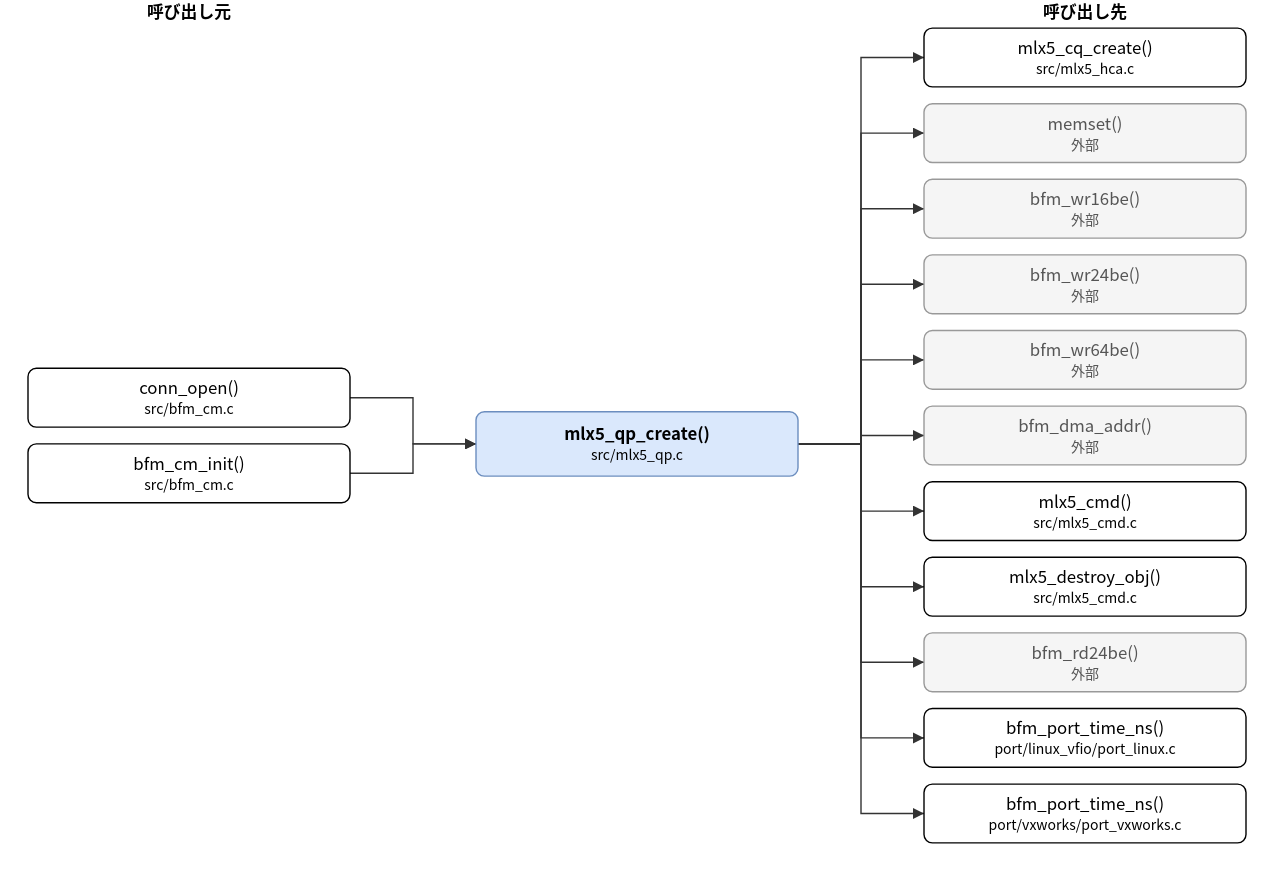
hf355051012-ai/bfmem keeps this draw.io diagram as doc/spec/images/call_src_mlx5_qp-mlx5_qp_create.drawio.svg. Above is the earlier version. Source tidied: cells renumbered, new cells last; positions are measured from the earlier drawing's top-left corner, leaving out a move shared by most shapes. Source of this version:
```xml
<mxGraphModel>
  <root>
    <mxCell id="0" />
    <mxCell id="1" parent="0" />
    <mxCell id="2" value="mlx5_qp_create()&lt;br&gt;&lt;font style=&quot;font-size:10px&quot;&gt;src/mlx5_qp.c&lt;/font&gt;" style="rounded=1;whiteSpace=wrap;html=1;fillColor=#dae8fc;strokeColor=#6c8ebf;fontStyle=1;" parent="1" vertex="1">
      <mxGeometry x="320" y="294" width="230" height="46" as="geometry" />
    </mxCell>
    <mxCell id="3" value="conn_open()&lt;br&gt;&lt;font style=&quot;font-size:10px&quot;&gt;src/bfm_cm.c&lt;/font&gt;" style="rounded=1;whiteSpace=wrap;html=1;" parent="1" vertex="1">
      <mxGeometry y="263" width="230" height="42" as="geometry" />
    </mxCell>
    <mxCell id="4" value="bfm_cm_init()&lt;br&gt;&lt;font style=&quot;font-size:10px&quot;&gt;src/bfm_cm.c&lt;/font&gt;" style="rounded=1;whiteSpace=wrap;html=1;" parent="1" vertex="1">
      <mxGeometry y="317" width="230" height="42" as="geometry" />
    </mxCell>
    <mxCell id="5" value="mlx5_cq_create()&lt;br&gt;&lt;font style=&quot;font-size:10px&quot;&gt;src/mlx5_hca.c&lt;/font&gt;" style="rounded=1;whiteSpace=wrap;html=1;" parent="1" vertex="1">
      <mxGeometry x="640" y="20" width="230" height="42" as="geometry" />
    </mxCell>
    <mxCell id="6" value="memset()&lt;br&gt;&lt;font style=&quot;font-size:10px&quot;&gt;外部&lt;/font&gt;" style="rounded=1;whiteSpace=wrap;html=1;fillColor=#f5f5f5;strokeColor=#999999;fontColor=#555555;" parent="1" vertex="1">
      <mxGeometry x="640" y="74" width="230" height="42" as="geometry" />
    </mxCell>
    <mxCell id="7" value="bfm_wr16be()&lt;br&gt;&lt;font style=&quot;font-size:10px&quot;&gt;外部&lt;/font&gt;" style="rounded=1;whiteSpace=wrap;html=1;fillColor=#f5f5f5;strokeColor=#999999;fontColor=#555555;" parent="1" vertex="1">
      <mxGeometry x="640" y="128" width="230" height="42" as="geometry" />
    </mxCell>
    <mxCell id="8" value="bfm_wr24be()&lt;br&gt;&lt;font style=&quot;font-size:10px&quot;&gt;外部&lt;/font&gt;" style="rounded=1;whiteSpace=wrap;html=1;fillColor=#f5f5f5;strokeColor=#999999;fontColor=#555555;" parent="1" vertex="1">
      <mxGeometry x="640" y="182" width="230" height="42" as="geometry" />
    </mxCell>
    <mxCell id="9" value="bfm_wr64be()&lt;br&gt;&lt;font style=&quot;font-size:10px&quot;&gt;外部&lt;/font&gt;" style="rounded=1;whiteSpace=wrap;html=1;fillColor=#f5f5f5;strokeColor=#999999;fontColor=#555555;" parent="1" vertex="1">
      <mxGeometry x="640" y="236" width="230" height="42" as="geometry" />
    </mxCell>
    <mxCell id="10" value="bfm_dma_addr()&lt;br&gt;&lt;font style=&quot;font-size:10px&quot;&gt;外部&lt;/font&gt;" style="rounded=1;whiteSpace=wrap;html=1;fillColor=#f5f5f5;strokeColor=#999999;fontColor=#555555;" parent="1" vertex="1">
      <mxGeometry x="640" y="290" width="230" height="42" as="geometry" />
    </mxCell>
    <mxCell id="11" value="mlx5_cmd()&lt;br&gt;&lt;font style=&quot;font-size:10px&quot;&gt;src/mlx5_cmd.c&lt;/font&gt;" style="rounded=1;whiteSpace=wrap;html=1;" parent="1" vertex="1">
      <mxGeometry x="640" y="344" width="230" height="42" as="geometry" />
    </mxCell>
    <mxCell id="12" value="mlx5_destroy_obj()&lt;br&gt;&lt;font style=&quot;font-size:10px&quot;&gt;src/mlx5_cmd.c&lt;/font&gt;" style="rounded=1;whiteSpace=wrap;html=1;" parent="1" vertex="1">
      <mxGeometry x="640" y="398" width="230" height="42" as="geometry" />
    </mxCell>
    <mxCell id="13" value="bfm_rd24be()&lt;br&gt;&lt;font style=&quot;font-size:10px&quot;&gt;外部&lt;/font&gt;" style="rounded=1;whiteSpace=wrap;html=1;fillColor=#f5f5f5;strokeColor=#999999;fontColor=#555555;" parent="1" vertex="1">
      <mxGeometry x="640" y="452" width="230" height="42" as="geometry" />
    </mxCell>
    <mxCell id="14" value="bfm_port_time_ns()&lt;br&gt;&lt;font style=&quot;font-size:10px&quot;&gt;port/linux_vfio/port_linux.c&lt;/font&gt;" style="rounded=1;whiteSpace=wrap;html=1;" parent="1" vertex="1">
      <mxGeometry x="640" y="506" width="230" height="42" as="geometry" />
    </mxCell>
    <mxCell id="15" value="bfm_port_time_ns()&lt;br&gt;&lt;font style=&quot;font-size:10px&quot;&gt;port/vxworks/port_vxworks.c&lt;/font&gt;" style="rounded=1;whiteSpace=wrap;html=1;" parent="1" vertex="1">
      <mxGeometry x="640" y="560" width="230" height="42" as="geometry" />
    </mxCell>
    <mxCell id="16" style="edgeStyle=none;html=1;rounded=0;endArrow=block;endFill=1;exitX=1.0000;exitY=0.5000;exitDx=0;exitDy=0;exitPerimeter=0;entryX=0.0000;entryY=0.5000;entryDx=0;entryDy=0;entryPerimeter=0;" parent="1" edge="1" source="3" target="2">
      <mxGeometry relative="1" as="geometry">
        <Array as="points">
          <mxPoint x="275" y="284" />
          <mxPoint x="275" y="317" />
        </Array>
      </mxGeometry>
    </mxCell>
    <mxCell id="17" style="edgeStyle=none;html=1;rounded=0;endArrow=block;endFill=1;exitX=1.0000;exitY=0.5000;exitDx=0;exitDy=0;exitPerimeter=0;entryX=0.0000;entryY=0.5000;entryDx=0;entryDy=0;entryPerimeter=0;" parent="1" edge="1" source="4" target="2">
      <mxGeometry relative="1" as="geometry">
        <Array as="points">
          <mxPoint x="275" y="338" />
          <mxPoint x="275" y="317" />
        </Array>
      </mxGeometry>
    </mxCell>
    <mxCell id="18" style="edgeStyle=none;html=1;rounded=0;endArrow=block;endFill=1;exitX=1.0000;exitY=0.5000;exitDx=0;exitDy=0;exitPerimeter=0;entryX=0.0000;entryY=0.5000;entryDx=0;entryDy=0;entryPerimeter=0;" parent="1" edge="1" source="2" target="5">
      <mxGeometry relative="1" as="geometry">
        <Array as="points">
          <mxPoint x="595" y="317" />
          <mxPoint x="595" y="41" />
        </Array>
      </mxGeometry>
    </mxCell>
    <mxCell id="19" style="edgeStyle=none;html=1;rounded=0;endArrow=block;endFill=1;exitX=1.0000;exitY=0.5000;exitDx=0;exitDy=0;exitPerimeter=0;entryX=0.0000;entryY=0.5000;entryDx=0;entryDy=0;entryPerimeter=0;" parent="1" edge="1" source="2" target="6">
      <mxGeometry relative="1" as="geometry">
        <Array as="points">
          <mxPoint x="595" y="317" />
          <mxPoint x="595" y="95" />
        </Array>
      </mxGeometry>
    </mxCell>
    <mxCell id="20" style="edgeStyle=none;html=1;rounded=0;endArrow=block;endFill=1;exitX=1.0000;exitY=0.5000;exitDx=0;exitDy=0;exitPerimeter=0;entryX=0.0000;entryY=0.5000;entryDx=0;entryDy=0;entryPerimeter=0;" parent="1" edge="1" source="2" target="7">
      <mxGeometry relative="1" as="geometry">
        <Array as="points">
          <mxPoint x="595" y="317" />
          <mxPoint x="595" y="149" />
        </Array>
      </mxGeometry>
    </mxCell>
    <mxCell id="21" style="edgeStyle=none;html=1;rounded=0;endArrow=block;endFill=1;exitX=1.0000;exitY=0.5000;exitDx=0;exitDy=0;exitPerimeter=0;entryX=0.0000;entryY=0.5000;entryDx=0;entryDy=0;entryPerimeter=0;" parent="1" edge="1" source="2" target="8">
      <mxGeometry relative="1" as="geometry">
        <Array as="points">
          <mxPoint x="595" y="317" />
          <mxPoint x="595" y="203" />
        </Array>
      </mxGeometry>
    </mxCell>
    <mxCell id="22" style="edgeStyle=none;html=1;rounded=0;endArrow=block;endFill=1;exitX=1.0000;exitY=0.5000;exitDx=0;exitDy=0;exitPerimeter=0;entryX=0.0000;entryY=0.5000;entryDx=0;entryDy=0;entryPerimeter=0;" parent="1" edge="1" source="2" target="9">
      <mxGeometry relative="1" as="geometry">
        <Array as="points">
          <mxPoint x="595" y="317" />
          <mxPoint x="595" y="257" />
        </Array>
      </mxGeometry>
    </mxCell>
    <mxCell id="23" style="edgeStyle=none;html=1;rounded=0;endArrow=block;endFill=1;exitX=1.0000;exitY=0.5000;exitDx=0;exitDy=0;exitPerimeter=0;entryX=0.0000;entryY=0.5000;entryDx=0;entryDy=0;entryPerimeter=0;" parent="1" edge="1" source="2" target="10">
      <mxGeometry relative="1" as="geometry">
        <Array as="points">
          <mxPoint x="595" y="317" />
          <mxPoint x="595" y="311" />
        </Array>
      </mxGeometry>
    </mxCell>
    <mxCell id="24" style="edgeStyle=none;html=1;rounded=0;endArrow=block;endFill=1;exitX=1.0000;exitY=0.5000;exitDx=0;exitDy=0;exitPerimeter=0;entryX=0.0000;entryY=0.5000;entryDx=0;entryDy=0;entryPerimeter=0;" parent="1" edge="1" source="2" target="11">
      <mxGeometry relative="1" as="geometry">
        <Array as="points">
          <mxPoint x="595" y="317" />
          <mxPoint x="595" y="365" />
        </Array>
      </mxGeometry>
    </mxCell>
    <mxCell id="25" style="edgeStyle=none;html=1;rounded=0;endArrow=block;endFill=1;exitX=1.0000;exitY=0.5000;exitDx=0;exitDy=0;exitPerimeter=0;entryX=0.0000;entryY=0.5000;entryDx=0;entryDy=0;entryPerimeter=0;" parent="1" edge="1" source="2" target="12">
      <mxGeometry relative="1" as="geometry">
        <Array as="points">
          <mxPoint x="595" y="317" />
          <mxPoint x="595" y="419" />
        </Array>
      </mxGeometry>
    </mxCell>
    <mxCell id="26" style="edgeStyle=none;html=1;rounded=0;endArrow=block;endFill=1;exitX=1.0000;exitY=0.5000;exitDx=0;exitDy=0;exitPerimeter=0;entryX=0.0000;entryY=0.5000;entryDx=0;entryDy=0;entryPerimeter=0;" parent="1" edge="1" source="2" target="13">
      <mxGeometry relative="1" as="geometry">
        <Array as="points">
          <mxPoint x="595" y="317" />
          <mxPoint x="595" y="473" />
        </Array>
      </mxGeometry>
    </mxCell>
    <mxCell id="27" style="edgeStyle=none;html=1;rounded=0;endArrow=block;endFill=1;exitX=1.0000;exitY=0.5000;exitDx=0;exitDy=0;exitPerimeter=0;entryX=0.0000;entryY=0.5000;entryDx=0;entryDy=0;entryPerimeter=0;" parent="1" edge="1" source="2" target="14">
      <mxGeometry relative="1" as="geometry">
        <Array as="points">
          <mxPoint x="595" y="317" />
          <mxPoint x="595" y="527" />
        </Array>
      </mxGeometry>
    </mxCell>
    <mxCell id="28" style="edgeStyle=none;html=1;rounded=0;endArrow=block;endFill=1;exitX=1.0000;exitY=0.5000;exitDx=0;exitDy=0;exitPerimeter=0;entryX=0.0000;entryY=0.5000;entryDx=0;entryDy=0;entryPerimeter=0;" parent="1" edge="1" source="2" target="15">
      <mxGeometry relative="1" as="geometry">
        <Array as="points">
          <mxPoint x="595" y="317" />
          <mxPoint x="595" y="581" />
        </Array>
      </mxGeometry>
    </mxCell>
    <mxCell id="29" value="呼び出し元" style="text;html=1;align=center;fontStyle=1;" parent="1" vertex="1">
      <mxGeometry x="35" width="160" height="18" as="geometry" />
    </mxCell>
    <mxCell id="30" value="呼び出し先" style="text;html=1;align=center;fontStyle=1;" parent="1" vertex="1">
      <mxGeometry x="675" width="160" height="18" as="geometry" />
    </mxCell>
  </root>
</mxGraphModel>
```
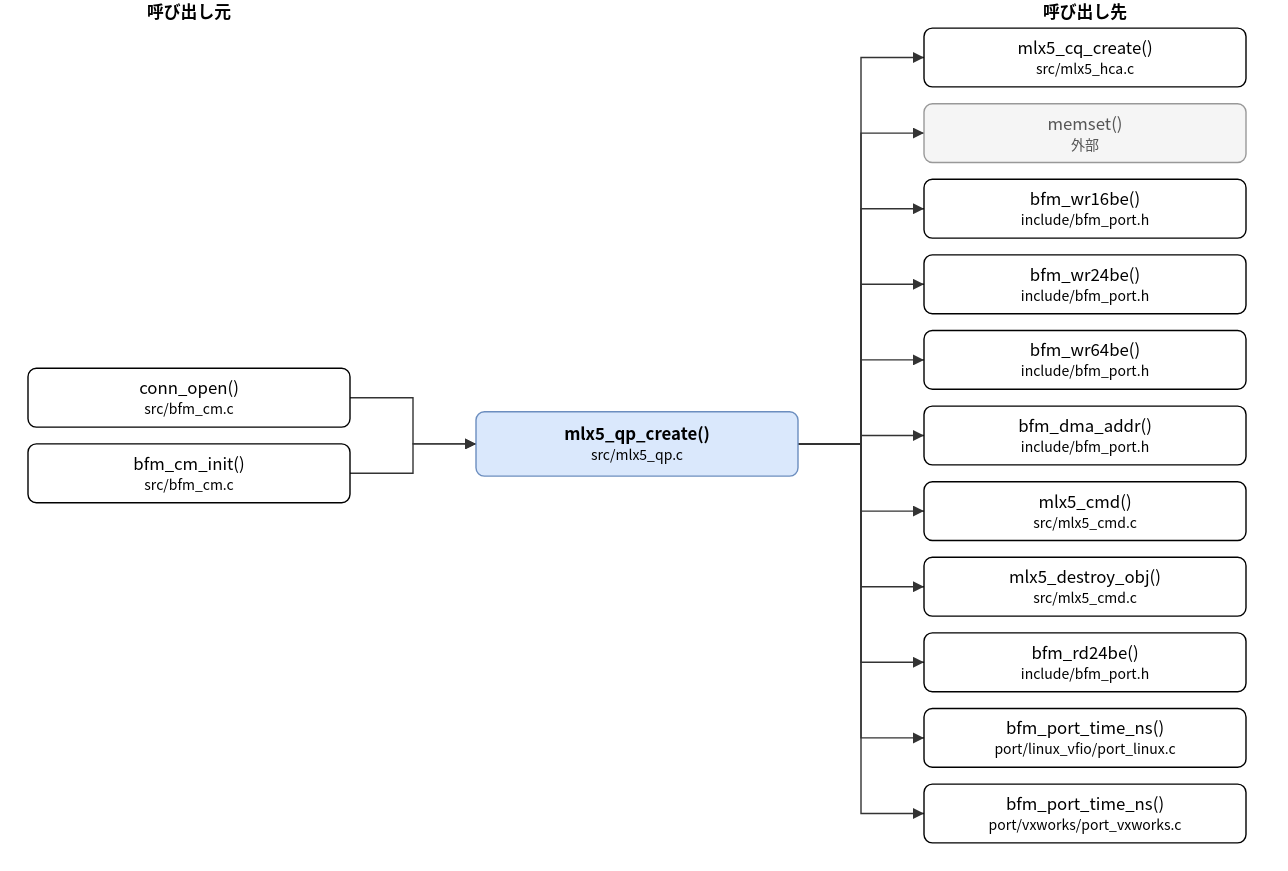
The same diagram one commit later.

Change to the diagram source:
```diff
@@ -17,16 +17,16 @@
     <mxCell id="6" value="memset()&lt;br&gt;&lt;font style=&quot;font-size:10px&quot;&gt;外部&lt;/font&gt;" style="rounded=1;whiteSpace=wrap;html=1;fillColor=#f5f5f5;strokeColor=#999999;fontColor=#555555;" parent="1" vertex="1">
       <mxGeometry x="640" y="74" width="230" height="42" as="geometry" />
     </mxCell>
-    <mxCell id="7" value="bfm_wr16be()&lt;br&gt;&lt;font style=&quot;font-size:10px&quot;&gt;外部&lt;/font&gt;" style="rounded=1;whiteSpace=wrap;html=1;fillColor=#f5f5f5;strokeColor=#999999;fontColor=#555555;" parent="1" vertex="1">
+    <mxCell id="7" value="bfm_wr16be()&lt;br&gt;&lt;font style=&quot;font-size:10px&quot;&gt;include/bfm_port.h&lt;/font&gt;" style="rounded=1;whiteSpace=wrap;html=1;" parent="1" vertex="1">
       <mxGeometry x="640" y="128" width="230" height="42" as="geometry" />
     </mxCell>
-    <mxCell id="8" value="bfm_wr24be()&lt;br&gt;&lt;font style=&quot;font-size:10px&quot;&gt;外部&lt;/font&gt;" style="rounded=1;whiteSpace=wrap;html=1;fillColor=#f5f5f5;strokeColor=#999999;fontColor=#555555;" parent="1" vertex="1">
+    <mxCell id="8" value="bfm_wr24be()&lt;br&gt;&lt;font style=&quot;font-size:10px&quot;&gt;include/bfm_port.h&lt;/font&gt;" style="rounded=1;whiteSpace=wrap;html=1;" parent="1" vertex="1">
       <mxGeometry x="640" y="182" width="230" height="42" as="geometry" />
     </mxCell>
-    <mxCell id="9" value="bfm_wr64be()&lt;br&gt;&lt;font style=&quot;font-size:10px&quot;&gt;外部&lt;/font&gt;" style="rounded=1;whiteSpace=wrap;html=1;fillColor=#f5f5f5;strokeColor=#999999;fontColor=#555555;" parent="1" vertex="1">
+    <mxCell id="9" value="bfm_wr64be()&lt;br&gt;&lt;font style=&quot;font-size:10px&quot;&gt;include/bfm_port.h&lt;/font&gt;" style="rounded=1;whiteSpace=wrap;html=1;" parent="1" vertex="1">
       <mxGeometry x="640" y="236" width="230" height="42" as="geometry" />
     </mxCell>
-    <mxCell id="10" value="bfm_dma_addr()&lt;br&gt;&lt;font style=&quot;font-size:10px&quot;&gt;外部&lt;/font&gt;" style="rounded=1;whiteSpace=wrap;html=1;fillColor=#f5f5f5;strokeColor=#999999;fontColor=#555555;" parent="1" vertex="1">
+    <mxCell id="10" value="bfm_dma_addr()&lt;br&gt;&lt;font style=&quot;font-size:10px&quot;&gt;include/bfm_port.h&lt;/font&gt;" style="rounded=1;whiteSpace=wrap;html=1;" parent="1" vertex="1">
       <mxGeometry x="640" y="290" width="230" height="42" as="geometry" />
     </mxCell>
     <mxCell id="11" value="mlx5_cmd()&lt;br&gt;&lt;font style=&quot;font-size:10px&quot;&gt;src/mlx5_cmd.c&lt;/font&gt;" style="rounded=1;whiteSpace=wrap;html=1;" parent="1" vertex="1">
@@ -35,7 +35,7 @@
     <mxCell id="12" value="mlx5_destroy_obj()&lt;br&gt;&lt;font style=&quot;font-size:10px&quot;&gt;src/mlx5_cmd.c&lt;/font&gt;" style="rounded=1;whiteSpace=wrap;html=1;" parent="1" vertex="1">
       <mxGeometry x="640" y="398" width="230" height="42" as="geometry" />
     </mxCell>
-    <mxCell id="13" value="bfm_rd24be()&lt;br&gt;&lt;font style=&quot;font-size:10px&quot;&gt;外部&lt;/font&gt;" style="rounded=1;whiteSpace=wrap;html=1;fillColor=#f5f5f5;strokeColor=#999999;fontColor=#555555;" parent="1" vertex="1">
+    <mxCell id="13" value="bfm_rd24be()&lt;br&gt;&lt;font style=&quot;font-size:10px&quot;&gt;include/bfm_port.h&lt;/font&gt;" style="rounded=1;whiteSpace=wrap;html=1;" parent="1" vertex="1">
       <mxGeometry x="640" y="452" width="230" height="42" as="geometry" />
     </mxCell>
     <mxCell id="14" value="bfm_port_time_ns()&lt;br&gt;&lt;font style=&quot;font-size:10px&quot;&gt;port/linux_vfio/port_linux.c&lt;/font&gt;" style="rounded=1;whiteSpace=wrap;html=1;" parent="1" vertex="1">
```
